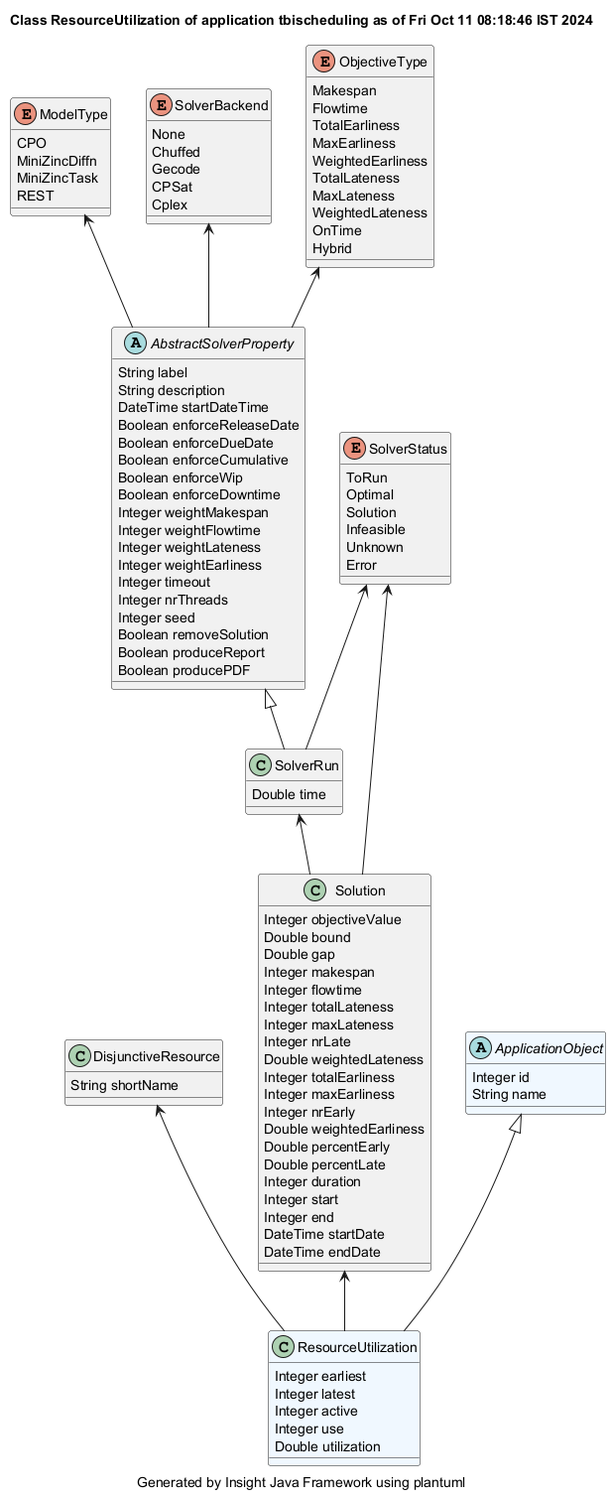
This is demonstrator/tbischeduling/site/plantuml/ResourceUtilization.png from hsimonis/schedulingtraining, a PlantUML export, as it was before one commit.
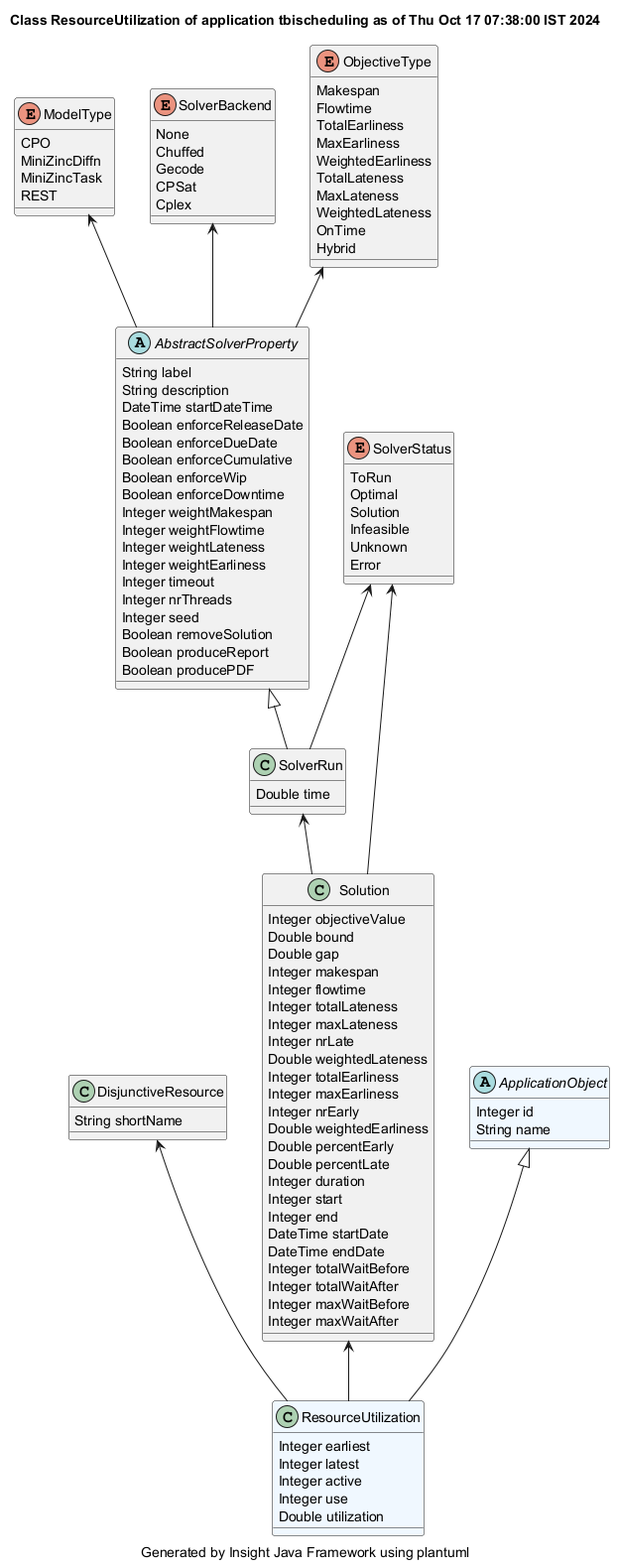
The same file after the commit.

The edit, as a diff of the source:
```diff
@@ -1,5 +1,5 @@
 @startuml
-title Class ResourceUtilization of application tbischeduling as of Fri Oct 11 08:18:46 IST 2024
+title Class ResourceUtilization of application tbischeduling as of Thu Oct 17 07:38:00 IST 2024
 caption Generated by Insight Java Framework using plantuml
 class ResourceUtilization #aliceblue
 ResourceUtilization : Integer earliest
@@ -34,6 +34,10 @@
 Solution : Integer end
 Solution : DateTime startDate
 Solution : DateTime endDate
+Solution : Integer totalWaitBefore
+Solution : Integer totalWaitAfter
+Solution : Integer maxWaitBefore
+Solution : Integer maxWaitAfter
 
 SolverRun  <-- Solution
 class SolverRun
```
